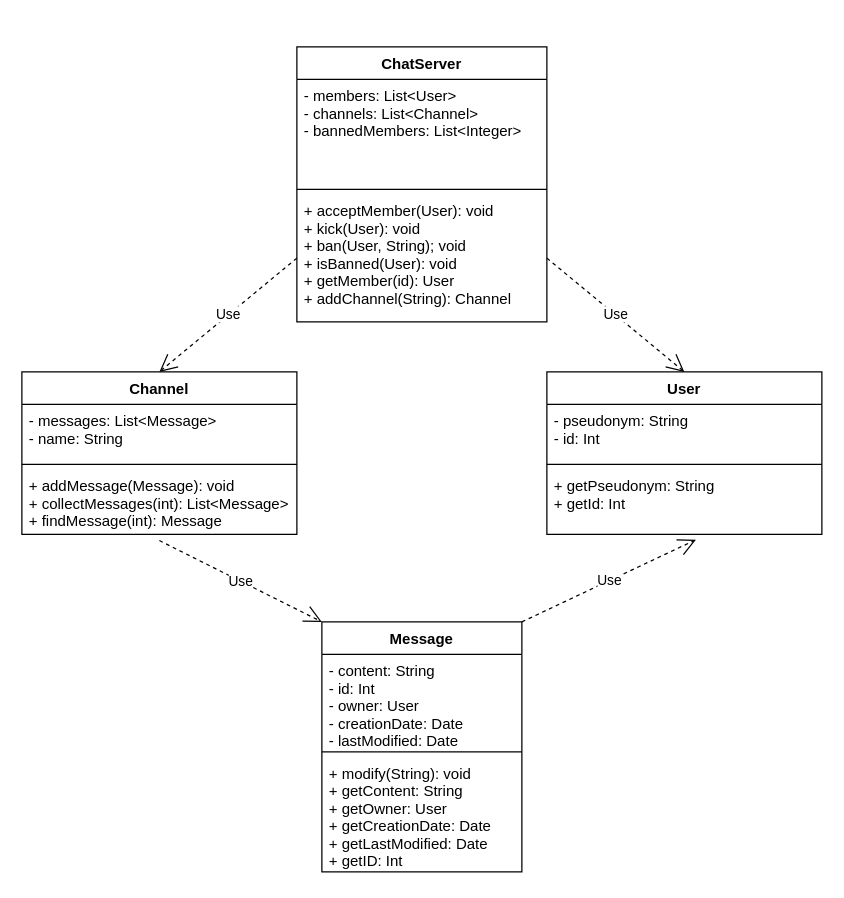
Earlier version of the draw.io diagram Diagrams-Readme/Linkit README.drawio (Override-6/Linkit). Source tidied: cells renumbered, new cells numbered last; positions are measured from the earlier drawing's top-left corner, leaving out a move shared by most shapes. Both pictures are drawn from the tidied source at 125%, with x=0, y=0 at pixel (21, 46).
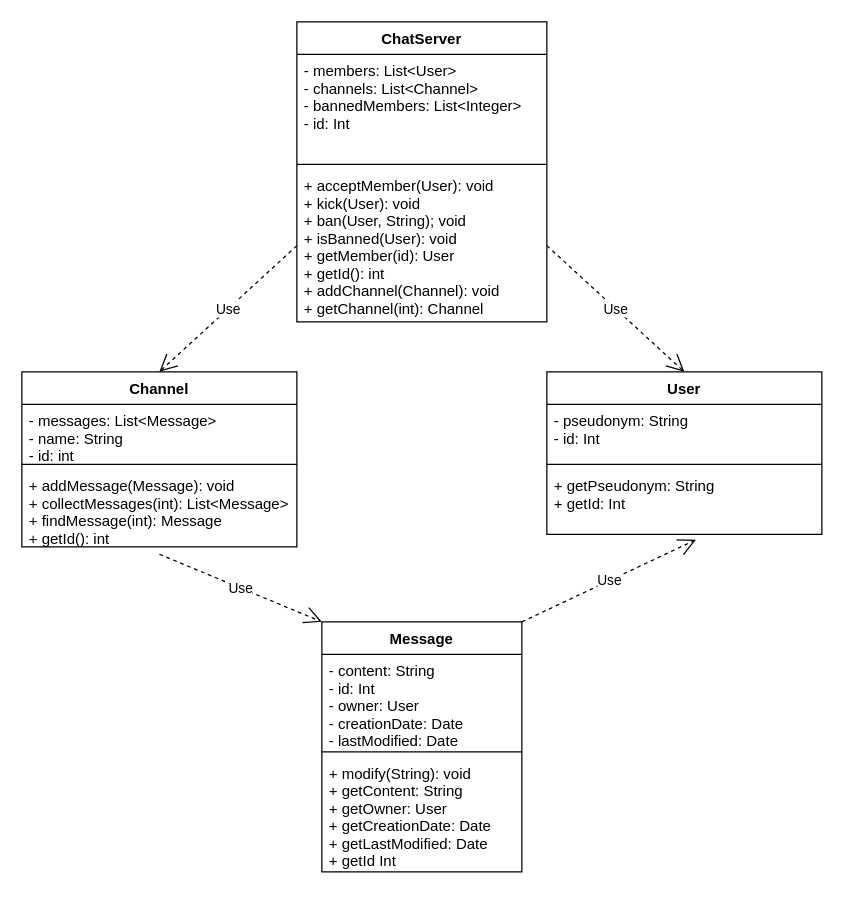
After the change.

Commit message (it also covers changes not shown here):
ended readme but it is not good

Unchanged cells that the change refers to:
```xml
<mxCell id="6" value="Message" style="swimlane;fontStyle=1;align=center;verticalAlign=top;horizontal=1;startSize=26;" parent="1" vertex="1">
  <mxGeometry x="240" y="460" width="160" height="200" as="geometry" />
</mxCell>
```

Diff of the diagram source:
```diff
@@
     <mxCell id="2" value="Channel" style="swimlane;fontStyle=1;align=center;verticalAlign=top;horizontal=1;startSize=26;" parent="1" vertex="1">
-      <mxGeometry y="260" width="220" height="130" as="geometry" />
+      <mxGeometry y="260" width="220" height="140" as="geometry" />
     </mxCell>
-    <mxCell id="3" value="- messages: List&lt;Message&gt;&#10;- name: String&#10;" style="text;strokeColor=none;fillColor=none;align=left;verticalAlign=top;spacingLeft=4;spacingRight=4;overflow=hidden;" parent="2" vertex="1">
+    <mxCell id="3" value="- messages: List&lt;Message&gt;&#10;- name: String&#10;- id: int&#10;" style="text;strokeColor=none;fillColor=none;align=left;verticalAlign=top;spacingLeft=4;spacingRight=4;overflow=hidden;" parent="2" vertex="1">
       <mxGeometry y="26" width="220" height="44" as="geometry" />
     </mxCell>
@@
-    <mxCell id="5" value="+ addMessage(Message): void&#10;+ collectMessages(int): List&lt;Message&gt;&#10;+ findMessage(int): Message" style="text;strokeColor=none;fillColor=none;align=left;verticalAlign=top;spacingLeft=4;spacingRight=4;overflow=hidden;points=[[0,0.5],[1,0.5]];portConstraint=eastwest;" parent="2" vertex="1">
-      <mxGeometry y="78" width="220" height="52" as="geometry" />
+    <mxCell id="5" value="+ addMessage(Message): void&#10;+ collectMessages(int): List&lt;Message&gt;&#10;+ findMessage(int): Message&#10;+ getId(): int" style="text;strokeColor=none;fillColor=none;align=left;verticalAlign=top;spacingLeft=4;spacingRight=4;overflow=hidden;points=[[0,0.5],[1,0.5]];portConstraint=eastwest;" parent="2" vertex="1">
+      <mxGeometry y="78" width="220" height="62" as="geometry" />
     </mxCell>
@@
-    <mxCell id="9" value="+ modify(String): void&#10;+ getContent: String&#10;+ getOwner: User&#10;+ getCreationDate: Date&#10;+ getLastModified: Date&#10;+ getID: Int" style="text;strokeColor=none;fillColor=none;align=left;verticalAlign=top;spacingLeft=4;spacingRight=4;overflow=hidden;" parent="6" vertex="1">
+    <mxCell id="9" value="+ modify(String): void&#10;+ getContent: String&#10;+ getOwner: User&#10;+ getCreationDate: Date&#10;+ getLastModified: Date&#10;+ getId Int" style="text;strokeColor=none;fillColor=none;align=left;verticalAlign=top;spacingLeft=4;spacingRight=4;overflow=hidden;" parent="6" vertex="1">
       <mxGeometry y="108" width="160" height="92" as="geometry" />
     </mxCell>
@@
     <mxCell id="11" value="ChatServer" style="swimlane;fontStyle=1;align=center;verticalAlign=top;horizontal=1;startSize=26;" parent="1" vertex="1">
-      <mxGeometry x="220" width="200" height="220" as="geometry" />
+      <mxGeometry x="220" y="-20" width="200" height="240" as="geometry" />
     </mxCell>
-    <mxCell id="12" value="- members: List&lt;User&gt;&#10;- channels: List&lt;Channel&gt;&#10;- bannedMembers: List&lt;Integer&gt;&#10;" style="text;strokeColor=none;fillColor=none;align=left;verticalAlign=top;spacingLeft=4;spacingRight=4;overflow=hidden;" parent="11" vertex="1">
+    <mxCell id="12" value="- members: List&lt;User&gt;&#10;- channels: List&lt;Channel&gt;&#10;- bannedMembers: List&lt;Integer&gt;&#10;- id: Int" style="text;strokeColor=none;fillColor=none;align=left;verticalAlign=top;spacingLeft=4;spacingRight=4;overflow=hidden;" parent="11" vertex="1">
       <mxGeometry y="26" width="200" height="84" as="geometry" />
     </mxCell>
@@
-    <mxCell id="14" value="+ acceptMember(User): void&#10;+ kick(User): void&#10;+ ban(User, String); void&#10;+ isBanned(User): void&#10;+ getMember(id): User&#10;+ addChannel(String): Channel" style="text;strokeColor=none;fillColor=none;align=left;verticalAlign=top;spacingLeft=4;spacingRight=4;overflow=hidden;points=[[0,0.5],[1,0.5]];portConstraint=eastwest;" parent="11" vertex="1">
-      <mxGeometry y="118" width="200" height="102" as="geometry" />
+    <mxCell id="14" value="+ acceptMember(User): void&#10;+ kick(User): void&#10;+ ban(User, String); void&#10;+ isBanned(User): void&#10;+ getMember(id): User&#10;+ getId(): int&#10;+ addChannel(Channel): void&#10;+ getChannel(int): Channel" style="text;strokeColor=none;fillColor=none;align=left;verticalAlign=top;spacingLeft=4;spacingRight=4;overflow=hidden;points=[[0,0.5],[1,0.5]];portConstraint=eastwest;" parent="11" vertex="1">
+      <mxGeometry y="118" width="200" height="122" as="geometry" />
     </mxCell>
```
